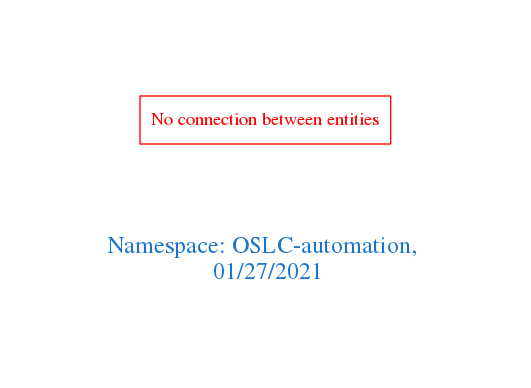
The Graphviz diagram downloads/OSLC-automation.png in arago/OGIT, before a commit. Its source is kept beside it as downloads/OSLC-automation.dot.
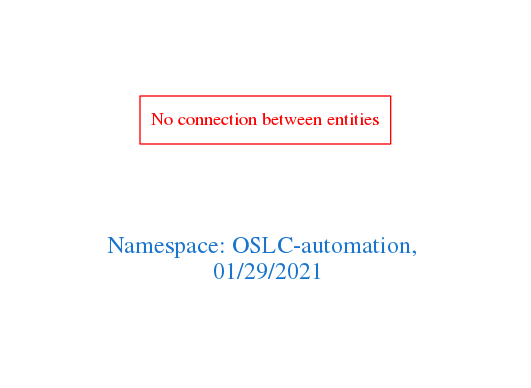
Above is the later version.

Diff of the diagram source:
```diff
@@ -1,7 +1,7 @@
 digraph OGIT_ontology {
  graph [ rankdir= LR,pad=1
 fontsize = 18,
-fontcolor= dodgerblue3,label = "\n\n\nNamespace: OSLC-automation, \n 01/27/2021"];
+fontcolor= dodgerblue3,label = "\n\n\nNamespace: OSLC-automation, \n 01/29/2021"];
 node[shape=polygon];
 edge [  color="gray81"];
 
```
